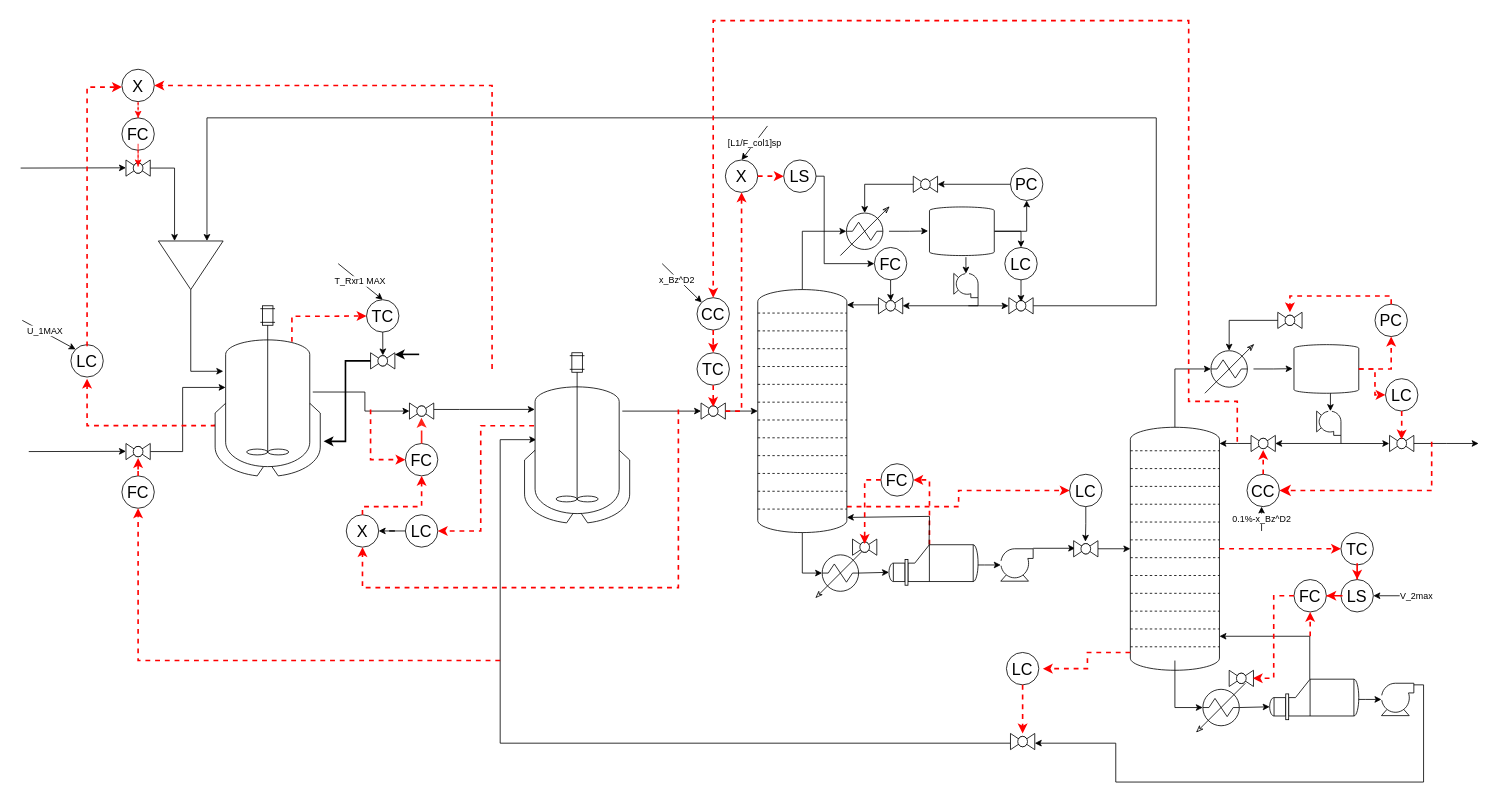
This is Figures/EB_Jagtap_fig2b(1).drawio from brageban/aspen-matlab-testbench, a draw.io file, before an edit. Source tidied: cells renumbered, new cells numbered last; positions are measured from the earlier drawing's top-left corner, leaving out a move shared by most shapes. Both pictures are drawn from the tidied source at 81%, with x=0, y=0 at pixel (20, 20).
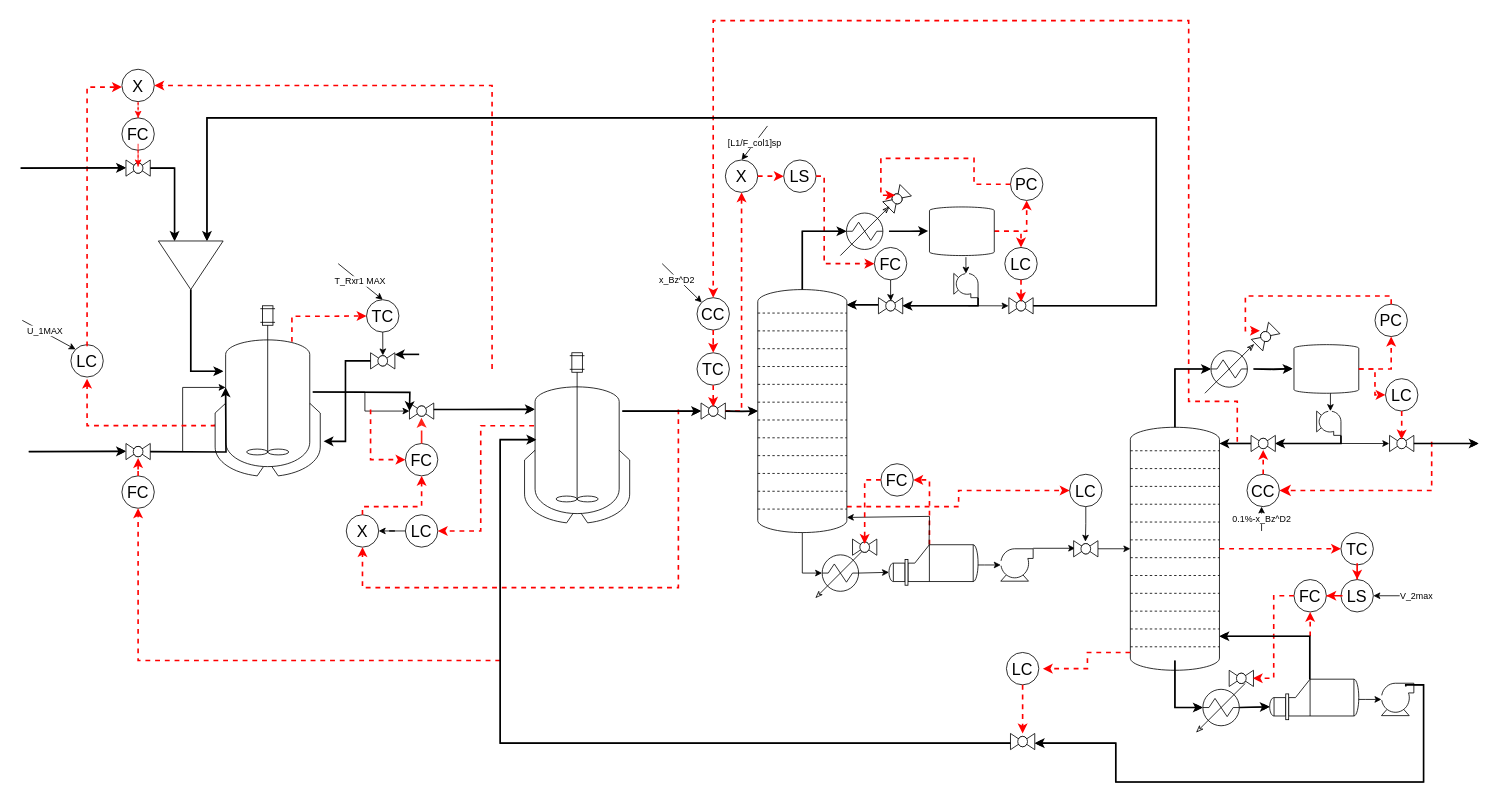
The same page after the edit.

Commit message (it also covers changes not shown here):
Figure update jagtap_fig7

The change refers to these unchanged cells:
```xml
<mxCell id="28" value="&lt;font style=&quot;font-size: 20px;&quot;&gt;LS&lt;/font&gt;" style="ellipse;whiteSpace=wrap;html=1;" parent="1" vertex="1">
  <mxGeometry x="942" y="172" width="40" height="40" as="geometry" />
</mxCell>
<mxCell id="31" value="&lt;span style=&quot;font-size: 20px;&quot;&gt;PC&lt;/span&gt;" style="ellipse;whiteSpace=wrap;html=1;" parent="1" vertex="1">
  <mxGeometry x="1222" y="182" width="40" height="40" as="geometry" />
</mxCell>
<mxCell id="53" style="shape=mxgraph.pid.vessels.pressurized_vessel;html=1;align=center;verticalLabelPosition=bottom;verticalAlign=top;dashed=0;" parent="1" vertex="1">
  <mxGeometry x="1122" y="230" width="80" height="60" as="geometry" />
</mxCell>
<mxCell id="61" style="verticalLabelPosition=bottom;align=center;html=1;verticalAlign=top;dashed=0;shape=mxgraph.pid2valves.valve;valveType=ball;" parent="1" vertex="1">
  <mxGeometry x="1220" y="342" width="30" height="20" as="geometry" />
</mxCell>
<mxCell id="68" style="shape=mxgraph.pid.heat_exchangers.condenser;html=1;align=center;verticalLabelPosition=bottom;verticalAlign=top;dashed=0;" parent="1" vertex="1">
  <mxGeometry x="1012" y="230" width="60" height="60" as="geometry" />
</mxCell>
<mxCell id="70" value="&lt;font style=&quot;font-size: 20px;&quot;&gt;FC&lt;/font&gt;" style="ellipse;whiteSpace=wrap;html=1;" parent="1" vertex="1">
  <mxGeometry x="1054" y="280" width="40" height="40" as="geometry" />
</mxCell>
<mxCell id="74" value="&lt;span style=&quot;font-size: 20px;&quot;&gt;LC&lt;/span&gt;" style="ellipse;whiteSpace=wrap;html=1;" parent="1" vertex="1">
  <mxGeometry x="1215" y="280" width="40" height="40" as="geometry" />
</mxCell>
<mxCell id="77" style="verticalLabelPosition=bottom;outlineConnect=0;align=center;dashed=0;html=1;verticalAlign=top;shape=mxgraph.pid2misc.column;columnType=tray;" parent="1" vertex="1">
  <mxGeometry x="1370" y="502" width="110" height="300" as="geometry" />
</mxCell>
<mxCell id="83" style="verticalLabelPosition=bottom;align=center;html=1;verticalAlign=top;dashed=0;shape=mxgraph.pid2valves.valve;valveType=ball;" parent="1" vertex="1">
  <mxGeometry x="1519" y="512" width="30" height="20" as="geometry" />
</mxCell>
<mxCell id="102" style="shape=mxgraph.pid.heat_exchangers.condenser;html=1;align=center;verticalLabelPosition=bottom;verticalAlign=top;dashed=0;" parent="1" vertex="1">
  <mxGeometry x="1462" y="400" width="60" height="60" as="geometry" />
</mxCell>
<mxCell id="104" value="&lt;span style=&quot;font-size: 20px;&quot;&gt;PC&lt;/span&gt;" style="ellipse;whiteSpace=wrap;html=1;" parent="1" vertex="1">
  <mxGeometry x="1672" y="350" width="40" height="40" as="geometry" />
</mxCell>
```

Change to the diagram source:
```diff
@@
-    <mxCell id="30" style="edgeStyle=orthogonalEdgeStyle;rounded=0;jettySize=auto;html=1;entryX=0;entryY=0.5;entryDx=0;entryDy=0;" parent="1" edge="1" source="28" target="70">
-      <mxGeometry relative="1" as="geometry">
-        <Array as="points">
-          <mxPoint x="992" y="192" />
-          <mxPoint x="992" y="300" />
-          <mxPoint x="1054" y="300" />
-        </Array>
-      </mxGeometry>
-    </mxCell>
@@
-    <mxCell id="32" style="verticalLabelPosition=bottom;align=center;html=1;verticalAlign=top;dashed=0;shape=mxgraph.pid2valves.valve;valveType=ball;" parent="1" vertex="1">
-      <mxGeometry x="1102" y="192" width="30" height="20" as="geometry" />
+    <mxCell id="32" style="verticalLabelPosition=bottom;align=center;html=1;verticalAlign=top;dashed=0;shape=mxgraph.pid2valves.valve;valveType=ball;rotation=-45;" parent="1" vertex="1">
+      <mxGeometry x="1067" y="210" width="30" height="20" as="geometry" />
     </mxCell>
-    <mxCell id="33" style="edgeStyle=orthogonalEdgeStyle;rounded=0;jettySize=auto;html=1;entryX=0.5;entryY=1;entryDx=0;entryDy=0;" parent="1" edge="1" source="53" target="31">
+    <mxCell id="33" style="edgeStyle=orthogonalEdgeStyle;rounded=0;jettySize=auto;html=1;entryX=0.5;entryY=1;entryDx=0;entryDy=0;strokeWidth=2;dashed=1;fillColor=#a20025;strokeColor=#FF0000;" parent="1" edge="1" source="53" target="31">
       <mxGeometry relative="1" as="geometry" />
     </mxCell>
-    <mxCell id="34" style="edgeStyle=orthogonalEdgeStyle;rounded=0;jettySize=auto;html=1;entryX=1;entryY=0.5;entryDx=0;entryDy=0;entryPerimeter=0;" parent="1" edge="1" source="31" target="32">
-      <mxGeometry relative="1" as="geometry" />
+    <mxCell id="34" style="edgeStyle=orthogonalEdgeStyle;rounded=0;jettySize=auto;html=1;entryX=0.554;entryY=0.264;entryDx=0;entryDy=0;entryPerimeter=0;strokeWidth=2;dashed=1;fillColor=#a20025;strokeColor=#FF0000;" parent="1" edge="1" source="31" target="32">
+      <mxGeometry relative="1" as="geometry">
+        <Array as="points">
+          <mxPoint x="1177" y="202" />
+          <mxPoint x="1177" y="170" />
+          <mxPoint x="1062" y="170" />
+          <mxPoint x="1062" y="215" />
+        </Array>
+      </mxGeometry>
     </mxCell>
-    <mxCell id="35" style="edgeStyle=orthogonalEdgeStyle;rounded=0;jettySize=auto;html=1;entryX=0.5;entryY=0.124;entryDx=0;entryDy=0;entryPerimeter=0;" parent="1" edge="1" source="32" target="68">
-      <mxGeometry relative="1" as="geometry" />
-    </mxCell>
@@
-    <mxCell id="52" style="edgeStyle=orthogonalEdgeStyle;rounded=0;jettySize=auto;html=1;entryX=0.5;entryY=0;entryDx=0;entryDy=0;" parent="1" edge="1" source="53" target="74">
+    <mxCell id="52" style="edgeStyle=orthogonalEdgeStyle;rounded=0;jettySize=auto;html=1;entryX=0.5;entryY=0;entryDx=0;entryDy=0;strokeWidth=2;dashed=1;fillColor=#a20025;strokeColor=#FF0000;" parent="1" edge="1" source="53" target="74">
       <mxGeometry relative="1" as="geometry" />
     </mxCell>
@@
-    <mxCell id="69" style="edgeStyle=orthogonalEdgeStyle;rounded=0;jettySize=auto;html=1;entryX=-0.021;entryY=0.494;entryDx=0;entryDy=0;entryPerimeter=0;" parent="1" edge="1" source="68" target="53">
+    <mxCell id="69" style="edgeStyle=orthogonalEdgeStyle;rounded=0;jettySize=auto;html=1;entryX=-0.021;entryY=0.494;entryDx=0;entryDy=0;entryPerimeter=0;strokeWidth=2;" parent="1" edge="1" source="68" target="53">
       <mxGeometry relative="1" as="geometry" />
     </mxCell>
@@
-    <mxCell id="75" style="edgeStyle=orthogonalEdgeStyle;rounded=0;jettySize=auto;html=1;entryX=0.507;entryY=0.26;entryDx=0;entryDy=0;entryPerimeter=0;" parent="1" edge="1" source="74" target="61">
+    <mxCell id="75" style="edgeStyle=orthogonalEdgeStyle;rounded=0;jettySize=auto;html=1;entryX=0.507;entryY=0.26;entryDx=0;entryDy=0;entryPerimeter=0;strokeWidth=2;dashed=1;fillColor=#a20025;strokeColor=#FF0000;" parent="1" edge="1" source="74" target="61">
       <mxGeometry relative="1" as="geometry" />
     </mxCell>
@@
-    <mxCell id="82" style="edgeStyle=orthogonalEdgeStyle;rounded=0;jettySize=auto;html=1;" parent="1" edge="1" source="83" target="77">
+    <mxCell id="82" style="edgeStyle=orthogonalEdgeStyle;rounded=0;jettySize=auto;html=1;strokeWidth=2;" parent="1" edge="1" source="83" target="77">
       <mxGeometry relative="1" as="geometry">
         <Array as="points">
           <mxPoint x="1502" y="522" />
           <mxPoint x="1502" y="522" />
         </Array>
       </mxGeometry>
     </mxCell>
@@
-    <mxCell id="105" style="verticalLabelPosition=bottom;align=center;html=1;verticalAlign=top;dashed=0;shape=mxgraph.pid2valves.valve;valveType=ball;" parent="1" vertex="1">
-      <mxGeometry x="1552" y="360" width="30" height="20" as="geometry" />
+    <mxCell id="105" style="verticalLabelPosition=bottom;align=center;html=1;verticalAlign=top;dashed=0;shape=mxgraph.pid2valves.valve;valveType=ball;rotation=-45;" parent="1" vertex="1">
+      <mxGeometry x="1522" y="380" width="30" height="20" as="geometry" />
     </mxCell>
-    <mxCell id="106" style="edgeStyle=orthogonalEdgeStyle;rounded=0;jettySize=auto;html=1;entryX=0.5;entryY=0.124;entryDx=0;entryDy=0;entryPerimeter=0;" parent="1" edge="1" source="105" target="102">
-      <mxGeometry relative="1" as="geometry" />
-    </mxCell>
@@
     <mxCell id="116" style="edgeStyle=orthogonalEdgeStyle;rounded=0;jettySize=auto;html=1;entryX=0.5;entryY=0;entryDx=0;entryDy=0;entryPerimeter=0;dashed=1;strokeColor=#FF0000;strokeWidth=2;" parent="1" edge="1" source="104" target="105">
       <mxGeometry relative="1" as="geometry">
         <Array as="points">
           <mxPoint x="1692" y="340" />
-          <mxPoint x="1567" y="340" />
+          <mxPoint x="1512" y="340" />
+          <mxPoint x="1512" y="383" />
         </Array>
       </mxGeometry>
     </mxCell>
@@
+    <mxCell id="149" style="endArrow=classic;html=1;rounded=0;entryX=-0.1;entryY=0.643;entryDx=0;entryDy=0;entryPerimeter=0;strokeWidth=2;" parent="1" edge="1">
+      <mxGeometry relative="1" as="geometry">
+        <mxPoint y="182" as="sourcePoint" />
+        <mxPoint x="130" y="181.7" as="targetPoint" />
+      </mxGeometry>
+    </mxCell>
+    <mxCell id="150" style="edgeStyle=orthogonalEdgeStyle;rounded=0;orthogonalLoop=1;jettySize=auto;html=1;entryX=0;entryY=0.75;entryDx=0;entryDy=0;strokeWidth=2;" parent="1" edge="1">
+      <mxGeometry relative="1" as="geometry">
+        <mxPoint x="160" y="182" as="sourcePoint" />
+        <mxPoint x="190" y="272" as="targetPoint" />
+        <Array as="points">
+          <mxPoint x="190" y="182" />
+        </Array>
+      </mxGeometry>
+    </mxCell>
+    <mxCell id="151" style="endArrow=classic;html=1;rounded=0;entryX=-0.1;entryY=0.643;entryDx=0;entryDy=0;entryPerimeter=0;strokeWidth=2;" parent="1" edge="1">
+      <mxGeometry relative="1" as="geometry">
+        <mxPoint x="10" y="532" as="sourcePoint" />
+        <mxPoint x="130" y="531.7" as="targetPoint" />
+      </mxGeometry>
+    </mxCell>
+    <mxCell id="152" style="edgeStyle=orthogonalEdgeStyle;rounded=0;orthogonalLoop=1;jettySize=auto;html=1;entryX=0.1;entryY=0.48;entryDx=0;entryDy=0;entryPerimeter=0;strokeWidth=2;" parent="1" edge="1">
+      <mxGeometry relative="1" as="geometry">
+        <mxPoint x="160" y="532" as="sourcePoint" />
+        <mxPoint x="253" y="452.8" as="targetPoint" />
+      </mxGeometry>
+    </mxCell>
+    <mxCell id="153" style="edgeStyle=orthogonalEdgeStyle;rounded=0;orthogonalLoop=1;jettySize=auto;html=1;entryX=0.078;entryY=0.385;entryDx=0;entryDy=0;entryPerimeter=0;strokeWidth=2;" parent="1" edge="1">
+      <mxGeometry relative="1" as="geometry">
+        <mxPoint x="210" y="332" as="sourcePoint" />
+        <mxPoint x="250.1" y="432.8" as="targetPoint" />
+        <Array as="points">
+          <mxPoint x="210" y="433" />
+        </Array>
+      </mxGeometry>
+    </mxCell>
+    <mxCell id="154" style="edgeStyle=orthogonalEdgeStyle;rounded=0;orthogonalLoop=1;jettySize=auto;html=1;entryX=0;entryY=0.25;entryDx=0;entryDy=0;strokeWidth=2;" parent="1" edge="1">
+      <mxGeometry relative="1" as="geometry">
+        <mxPoint x="1250" y="352" as="sourcePoint" />
+        <mxPoint x="230" y="272" as="targetPoint" />
+        <Array as="points">
+          <mxPoint x="1402" y="352" />
+          <mxPoint x="1402" y="120" />
+          <mxPoint x="230" y="120" />
+        </Array>
+      </mxGeometry>
+    </mxCell>
+    <mxCell id="155" style="edgeStyle=orthogonalEdgeStyle;rounded=0;orthogonalLoop=1;jettySize=auto;html=1;entryX=0;entryY=0.5;entryDx=0;entryDy=0;entryPerimeter=0;exitX=0.928;exitY=0.507;exitDx=0;exitDy=0;exitPerimeter=0;strokeWidth=2;" parent="1" edge="1">
+      <mxGeometry relative="1" as="geometry">
+        <mxPoint x="360.6" y="458.4" as="sourcePoint" />
+        <mxPoint x="480" y="482" as="targetPoint" />
+      </mxGeometry>
+    </mxCell>
+    <mxCell id="156" style="edgeStyle=orthogonalEdgeStyle;rounded=0;orthogonalLoop=1;jettySize=auto;html=1;entryX=0.098;entryY=0.333;entryDx=0;entryDy=0;entryPerimeter=0;strokeWidth=2;" parent="1" edge="1">
+      <mxGeometry relative="1" as="geometry">
+        <mxPoint x="510" y="480" as="sourcePoint" />
+        <mxPoint x="634.7" y="479.9" as="targetPoint" />
+        <Array as="points">
+          <mxPoint x="542" y="480" />
+          <mxPoint x="542" y="480" />
+        </Array>
+      </mxGeometry>
+    </mxCell>
+    <mxCell id="157" style="edgeStyle=orthogonalEdgeStyle;rounded=0;orthogonalLoop=1;jettySize=auto;html=1;entryX=0.112;entryY=0.511;entryDx=0;entryDy=0;entryPerimeter=0;strokeWidth=2;" parent="1" edge="1">
+      <mxGeometry relative="1" as="geometry">
+        <mxPoint x="1222" y="892" as="sourcePoint" />
+        <mxPoint x="636.6" y="517.3" as="targetPoint" />
+        <Array as="points">
+          <mxPoint x="592" y="892" />
+          <mxPoint x="592" y="517" />
+        </Array>
+      </mxGeometry>
+    </mxCell>
+    <mxCell id="158" style="edgeStyle=orthogonalEdgeStyle;rounded=0;orthogonalLoop=1;jettySize=auto;html=1;exitX=0.929;exitY=0.343;exitDx=0;exitDy=0;exitPerimeter=0;strokeWidth=2;" parent="1" edge="1">
+      <mxGeometry relative="1" as="geometry">
+        <mxPoint x="742.8" y="482" as="sourcePoint" />
+        <mxPoint x="840" y="482" as="targetPoint" />
+      </mxGeometry>
+    </mxCell>
+    <mxCell id="159" style="edgeStyle=orthogonalEdgeStyle;rounded=0;orthogonalLoop=1;jettySize=auto;html=1;strokeWidth=2;" parent="1" edge="1">
+      <mxGeometry relative="1" as="geometry">
+        <mxPoint x="870" y="482" as="sourcePoint" />
+        <mxPoint x="910" y="482" as="targetPoint" />
+      </mxGeometry>
+    </mxCell>
+    <mxCell id="160" style="edgeStyle=orthogonalEdgeStyle;rounded=0;orthogonalLoop=1;jettySize=auto;html=1;exitX=1;exitY=0;exitDx=0;exitDy=0;exitPerimeter=0;entryX=1;entryY=0.6;entryDx=0;entryDy=0;entryPerimeter=0;strokeWidth=2;" parent="1" edge="1">
+      <mxGeometry relative="1" as="geometry">
+        <mxPoint x="1710" y="822" as="sourcePoint" />
+        <mxPoint x="1252" y="892" as="targetPoint" />
+        <Array as="points">
+          <mxPoint x="1710" y="820" />
+          <mxPoint x="1732" y="820" />
+          <mxPoint x="1732" y="940" />
+          <mxPoint x="1352" y="940" />
+          <mxPoint x="1352" y="892" />
+        </Array>
+      </mxGeometry>
+    </mxCell>
+    <mxCell id="161" style="edgeStyle=orthogonalEdgeStyle;rounded=0;orthogonalLoop=1;jettySize=auto;html=1;entryX=0.124;entryY=0.5;entryDx=0;entryDy=0;entryPerimeter=0;strokeWidth=2;" parent="1" edge="1">
+      <mxGeometry relative="1" as="geometry">
+        <mxPoint x="1425" y="790" as="sourcePoint" />
+        <mxPoint x="1459.4" y="848" as="targetPoint" />
+        <Array as="points">
+          <mxPoint x="1425" y="848" />
+        </Array>
+      </mxGeometry>
+    </mxCell>
+    <mxCell id="162" style="edgeStyle=orthogonalEdgeStyle;rounded=0;orthogonalLoop=1;jettySize=auto;html=1;entryX=0;entryY=0.682;entryDx=0;entryDy=0;entryPerimeter=0;exitX=0.876;exitY=0.5;exitDx=0;exitDy=0;exitPerimeter=0;strokeWidth=2;" parent="1" edge="1">
+      <mxGeometry relative="1" as="geometry">
+        <mxPoint x="1504.6" y="848" as="sourcePoint" />
+        <mxPoint x="1542" y="847.1" as="targetPoint" />
+        <Array as="points">
+          <mxPoint x="1505" y="847" />
+        </Array>
+      </mxGeometry>
+    </mxCell>
+    <mxCell id="163" style="edgeStyle=orthogonalEdgeStyle;rounded=0;orthogonalLoop=1;jettySize=auto;html=1;exitX=0.45;exitY=0;exitDx=0;exitDy=0;exitPerimeter=0;strokeWidth=2;" parent="1" edge="1">
+      <mxGeometry relative="1" as="geometry">
+        <mxPoint x="1591.5" y="813" as="sourcePoint" />
+        <mxPoint x="1480" y="760" as="targetPoint" />
+        <Array as="points">
+          <mxPoint x="1592" y="760" />
+        </Array>
+      </mxGeometry>
+    </mxCell>
+    <mxCell id="164" style="edgeStyle=orthogonalEdgeStyle;rounded=0;orthogonalLoop=1;jettySize=auto;html=1;entryX=0.993;entryY=0.5;entryDx=0;entryDy=0;entryPerimeter=0;exitX=1;exitY=0;exitDx=0;exitDy=0;exitPerimeter=0;strokeWidth=2;" parent="1" edge="1">
+      <mxGeometry relative="1" as="geometry">
+        <mxPoint x="1630" y="512" as="sourcePoint" />
+        <mxPoint x="1548.8" y="522" as="targetPoint" />
+        <Array as="points">
+          <mxPoint x="1630" y="522" />
+        </Array>
+      </mxGeometry>
+    </mxCell>
+    <mxCell id="165" style="edgeStyle=orthogonalEdgeStyle;rounded=0;orthogonalLoop=1;jettySize=auto;html=1;entryX=0.124;entryY=0.5;entryDx=0;entryDy=0;entryPerimeter=0;strokeWidth=2;" parent="1" edge="1">
+      <mxGeometry relative="1" as="geometry">
+        <mxPoint x="1425" y="502" as="sourcePoint" />
+        <mxPoint x="1469.4" y="430" as="targetPoint" />
+        <Array as="points">
+          <mxPoint x="1425" y="430" />
+        </Array>
+      </mxGeometry>
+    </mxCell>
+    <mxCell id="166" style="edgeStyle=orthogonalEdgeStyle;rounded=0;orthogonalLoop=1;jettySize=auto;html=1;entryX=-0.021;entryY=0.494;entryDx=0;entryDy=0;entryPerimeter=0;strokeWidth=2;" parent="1" edge="1">
+      <mxGeometry relative="1" as="geometry">
+        <mxPoint x="1522" y="430" as="sourcePoint" />
+        <mxPoint x="1570.3" y="429.6" as="targetPoint" />
+      </mxGeometry>
+    </mxCell>
+    <mxCell id="167" style="edgeStyle=orthogonalEdgeStyle;rounded=0;orthogonalLoop=1;jettySize=auto;html=1;strokeWidth=2;" parent="1" edge="1">
+      <mxGeometry relative="1" as="geometry">
+        <mxPoint x="1720" y="522" as="sourcePoint" />
+        <mxPoint x="1800" y="522" as="targetPoint" />
+      </mxGeometry>
+    </mxCell>
+    <mxCell id="168" style="edgeStyle=orthogonalEdgeStyle;rounded=0;orthogonalLoop=1;jettySize=auto;html=1;entryX=0.993;entryY=0.5;entryDx=0;entryDy=0;entryPerimeter=0;exitX=1;exitY=0;exitDx=0;exitDy=0;exitPerimeter=0;strokeWidth=2;" parent="1" edge="1">
+      <mxGeometry relative="1" as="geometry">
+        <mxPoint x="1182" y="342" as="sourcePoint" />
+        <mxPoint x="1088.8" y="352" as="targetPoint" />
+        <Array as="points">
+          <mxPoint x="1182" y="352" />
+        </Array>
+      </mxGeometry>
+    </mxCell>
+    <mxCell id="169" style="endArrow=classic;html=1;rounded=0;exitX=-0.014;exitY=0.443;exitDx=0;exitDy=0;exitPerimeter=0;strokeWidth=2;" parent="1" edge="1">
+      <mxGeometry relative="1" as="geometry">
+        <mxPoint x="1058.6" y="350.8" as="sourcePoint" />
+        <mxPoint x="1020" y="350.8" as="targetPoint" />
+      </mxGeometry>
+    </mxCell>
+    <mxCell id="170" style="edgeStyle=orthogonalEdgeStyle;rounded=0;orthogonalLoop=1;jettySize=auto;html=1;entryX=0;entryY=0.5;entryDx=0;entryDy=0;strokeWidth=2;strokeColor=#F00000;dashed=1;" parent="1" edge="1">
+      <mxGeometry relative="1" as="geometry">
+        <mxPoint x="982" y="192" as="sourcePoint" />
+        <mxPoint x="1054" y="300" as="targetPoint" />
+        <Array as="points">
+          <mxPoint x="992" y="192" />
+          <mxPoint x="992" y="300" />
+          <mxPoint x="1054" y="300" />
+        </Array>
+      </mxGeometry>
+    </mxCell>
+    <mxCell id="171" style="edgeStyle=orthogonalEdgeStyle;rounded=0;orthogonalLoop=1;jettySize=auto;html=1;entryX=0.124;entryY=0.5;entryDx=0;entryDy=0;entryPerimeter=0;strokeWidth=2;" parent="1" edge="1">
+      <mxGeometry relative="1" as="geometry">
+        <mxPoint x="965" y="332" as="sourcePoint" />
+        <mxPoint x="1019.4" y="260" as="targetPoint" />
+        <Array as="points">
+          <mxPoint x="965" y="260" />
+        </Array>
+      </mxGeometry>
+    </mxCell>
```
